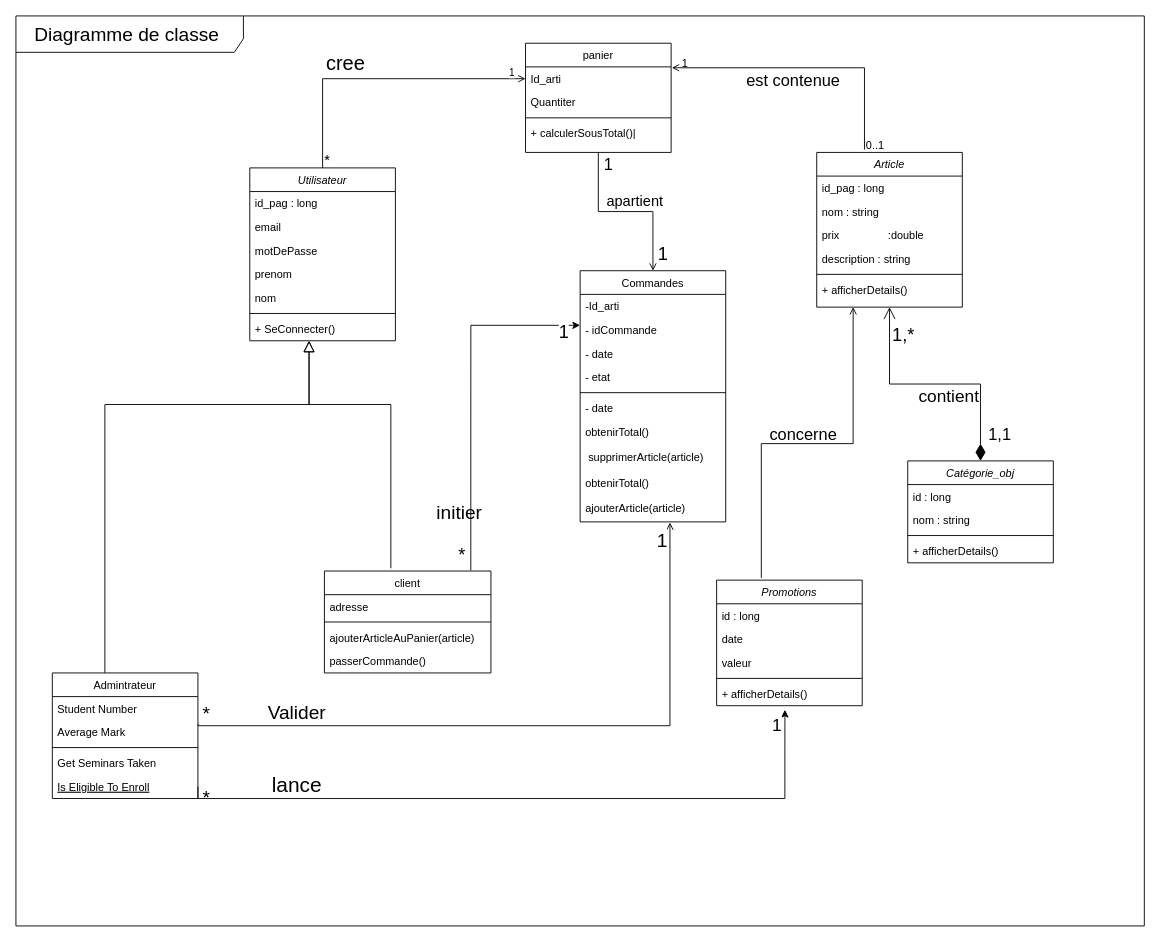
Meshavegas/Fadhyl-Store keeps this draw.io diagram as res/Untitled Diagram.drawio. Above is the earlier version. Source tidied: cells renumbered, new cells numbered last; positions are measured from the earlier drawing's top-left corner, leaving out a move shared by most shapes. Both pictures are drawn from the tidied source at 91%, with x=0, y=0 at pixel (15, -56).
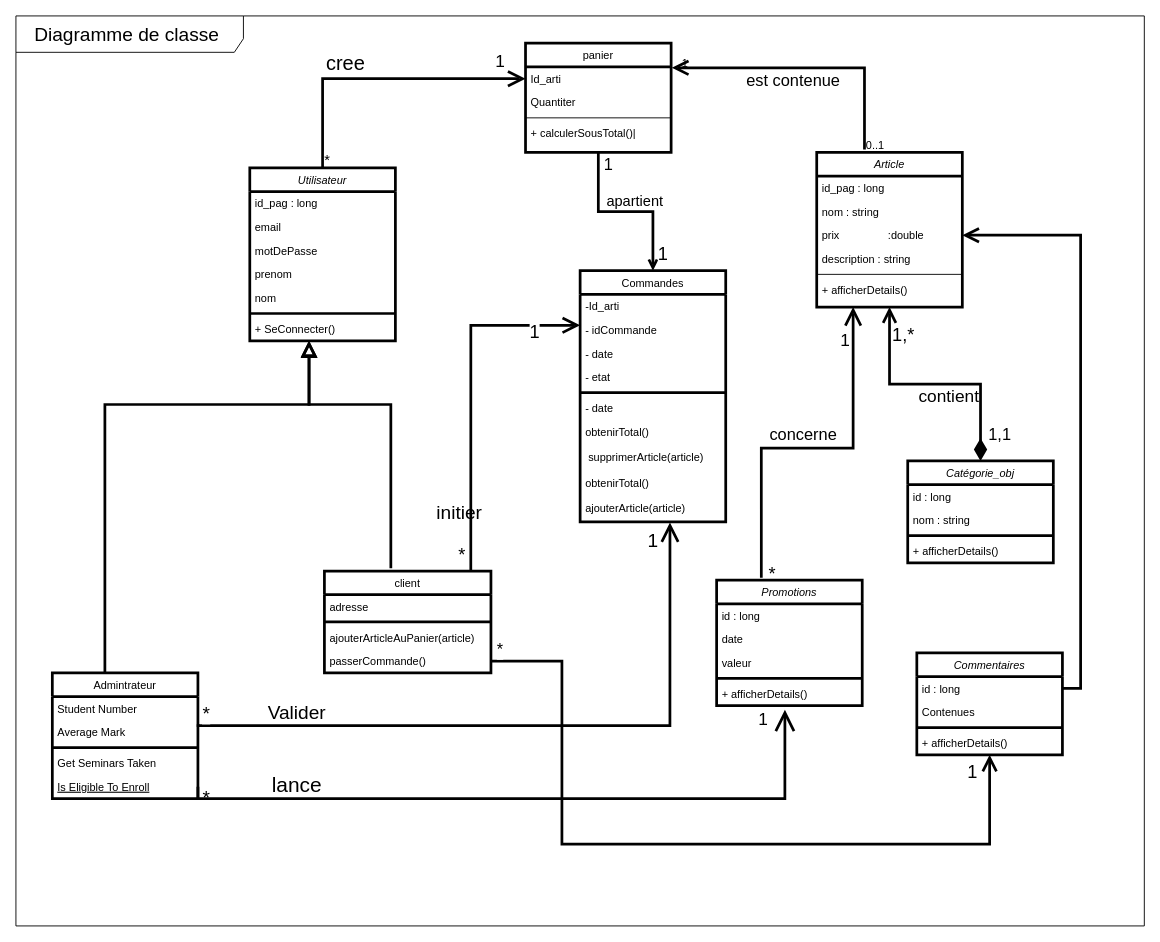
The same page after the edit.

The change refers to these unchanged cells:
```xml
<mxCell id="6" value="prix                :double" style="text;align=left;verticalAlign=top;spacingLeft=4;spacingRight=4;overflow=hidden;points=[[0,0.5],[1,0.5]];portConstraint=eastwest;rounded=0;shadow=0;html=0;" parent="3" vertex="1">
  <mxGeometry y="78" width="160" height="26" as="geometry" />
</mxCell>
<mxCell id="12" value="Average Mark" style="text;align=left;verticalAlign=top;spacingLeft=4;spacingRight=4;overflow=hidden;points=[[0,0.5],[1,0.5]];portConstraint=eastwest;rounded=0;shadow=0;html=0;" parent="10" vertex="1">
  <mxGeometry y="52" width="160" height="26" as="geometry" />
</mxCell>
<mxCell id="15" value="Is Eligible To Enroll" style="text;align=left;verticalAlign=top;spacingLeft=4;spacingRight=4;overflow=hidden;points=[[0,0.5],[1,0.5]];portConstraint=eastwest;fontStyle=4;" parent="10" vertex="1">
  <mxGeometry y="112" width="160" height="26" as="geometry" />
</mxCell>
<mxCell id="21" value="passerCommande()" style="text;align=left;verticalAlign=top;spacingLeft=4;spacingRight=4;overflow=hidden;points=[[0,0.5],[1,0.5]];portConstraint=eastwest;" parent="17" vertex="1">
  <mxGeometry y="86" width="183" height="26" as="geometry" />
</mxCell>
<mxCell id="27" value="Id_arti" style="text;align=left;verticalAlign=top;spacingLeft=4;spacingRight=4;overflow=hidden;points=[[0,0.5],[1,0.5]];portConstraint=eastwest;" parent="26" vertex="1">
  <mxGeometry y="26" width="160" height="26" as="geometry" />
</mxCell>
<mxCell id="45" value="ajouterArticle(article)" style="text;align=left;verticalAlign=top;spacingLeft=4;spacingRight=4;overflow=hidden;points=[[0,0.5],[1,0.5]];portConstraint=eastwest;" parent="35" vertex="1">
  <mxGeometry y="248" width="160" height="28" as="geometry" />
</mxCell>
<mxCell id="82" value="+ afficherDetails()" style="text;align=left;verticalAlign=top;spacingLeft=4;spacingRight=4;overflow=hidden;points=[[0,0.5],[1,0.5]];portConstraint=eastwest;" parent="77" vertex="1">
  <mxGeometry y="112" width="160" height="26" as="geometry" />
</mxCell>
```

Change to the diagram source:
```diff
@@
-    <mxCell id="2" style="edgeStyle=orthogonalEdgeStyle;rounded=0;jettySize=auto;html=1;exitX=0.25;exitY=1;exitDx=0;exitDy=0;entryX=0.307;entryY=-0.018;entryDx=0;entryDy=0;entryPerimeter=0;startArrow=open;startFill=0;endArrow=none;endFill=0;" parent="1" edge="1" source="3" target="77">
+    <mxCell id="2" style="edgeStyle=orthogonalEdgeStyle;rounded=0;jettySize=auto;html=1;exitX=0.25;exitY=1;exitDx=0;exitDy=0;entryX=0.307;entryY=-0.018;entryDx=0;entryDy=0;entryPerimeter=0;startArrow=open;startFill=0;endArrow=none;endFill=0;strokeWidth=3;endSize=14;sourcePerimeterSpacing=14;targetPerimeterSpacing=13;startSize=14;" parent="1" edge="1" source="3" target="77">
       <mxGeometry relative="1" as="geometry" />
     </mxCell>
+    <mxCell id="88" value="&lt;font style=&quot;font-size: 19px;&quot;&gt;1&lt;/font&gt;" style="edgeLabel;html=1;align=center;verticalAlign=middle;" parent="2" vertex="1">
+      <mxGeometry x="-0.86" y="1" relative="1" as="geometry">
+        <mxPoint x="-11" y="8" as="offset" />
+      </mxGeometry>
+    </mxCell>
+    <mxCell id="89" value="&lt;font style=&quot;font-size: 20px;&quot;&gt;*&lt;/font&gt;" style="edgeLabel;html=1;align=center;verticalAlign=middle;" parent="2" vertex="1">
+      <mxGeometry x="0.97" y="2" relative="1" as="geometry">
+        <mxPoint x="9" as="offset" />
+      </mxGeometry>
+    </mxCell>
-    <mxCell id="3" value="Article" style="swimlane;fontStyle=2;align=center;verticalAlign=top;horizontal=1;startSize=26;rounded=0;shadow=0;strokeWidth=1;" parent="1" vertex="1">
+    <mxCell id="3" value="Article" style="swimlane;fontStyle=2;align=center;verticalAlign=top;horizontal=1;startSize=26;rounded=0;shadow=0;strokeWidth=3;" parent="1" vertex="1">
       <mxGeometry x="880" y="228" width="160" height="170" as="geometry" />
     </mxCell>
@@
-    <mxCell id="9" value="+ afficherDetails()" style="text;align=left;verticalAlign=top;spacingLeft=4;spacingRight=4;overflow=hidden;" parent="3" vertex="1">
+    <mxCell id="9" value="+ afficherDetails()" style="text;align=left;verticalAlign=top;spacingLeft=4;spacingRight=4;overflow=hidden;strokeWidth=3;" parent="3" vertex="1">
       <mxGeometry y="138" width="160" height="26" as="geometry" />
     </mxCell>
-    <mxCell id="10" value="Admintrateur" style="swimlane;fontStyle=0;align=center;verticalAlign=top;horizontal=1;startSize=26;rounded=0;shadow=0;strokeWidth=1;" parent="1" vertex="1">
+    <mxCell id="10" value="Admintrateur" style="swimlane;fontStyle=0;align=center;verticalAlign=top;horizontal=1;startSize=26;rounded=0;shadow=0;strokeWidth=3;" parent="1" vertex="1">
       <mxGeometry x="40" y="800" width="160" height="138" as="geometry" />
     </mxCell>
@@
-    <mxCell id="13" style="line;html=1;strokeWidth=1;align=left;verticalAlign=middle;spacingTop=-1;spacingLeft=3;spacingRight=3;labelPosition=right;" parent="10" vertex="1">
+    <mxCell id="13" style="line;html=1;strokeWidth=3;align=left;verticalAlign=middle;spacingTop=-1;spacingLeft=3;spacingRight=3;labelPosition=right;" parent="10" vertex="1">
       <mxGeometry y="78" width="160" height="8" as="geometry" />
     </mxCell>
@@
-    <mxCell id="16" style="endArrow=block;endSize=10;endFill=0;shadow=0;strokeWidth=1;rounded=0;edgeStyle=elbowEdgeStyle;elbow=vertical;exitX=0.361;exitY=-0.001;exitDx=0;exitDy=0;exitPerimeter=0;" parent="1" edge="1" source="10">
+    <mxCell id="16" style="endArrow=block;endSize=11;endFill=0;shadow=0;strokeWidth=3;rounded=0;edgeStyle=elbowEdgeStyle;elbow=vertical;exitX=0.361;exitY=-0.001;exitDx=0;exitDy=0;exitPerimeter=0;" parent="1" edge="1" source="10">
       <mxGeometry relative="1" as="geometry">
         <mxPoint x="322.2" y="435" as="targetPoint" />
         <Array as="points">
           <mxPoint x="262.2" y="505" />
         </Array>
       </mxGeometry>
     </mxCell>
-    <mxCell id="17" value="client" style="swimlane;fontStyle=0;align=center;verticalAlign=top;horizontal=1;startSize=26;rounded=0;shadow=0;strokeWidth=1;" parent="1" vertex="1">
+    <mxCell id="17" value="client" style="swimlane;fontStyle=0;align=center;verticalAlign=top;horizontal=1;startSize=26;rounded=0;shadow=0;strokeWidth=3;" parent="1" vertex="1">
       <mxGeometry x="339" y="688" width="183" height="112" as="geometry" />
     </mxCell>
@@
-    <mxCell id="19" style="line;html=1;strokeWidth=1;align=left;verticalAlign=middle;spacingTop=-1;spacingLeft=3;spacingRight=3;labelPosition=right;" parent="17" vertex="1">
+    <mxCell id="19" style="line;html=1;strokeWidth=3;align=left;verticalAlign=middle;spacingTop=-1;spacingLeft=3;spacingRight=3;labelPosition=right;" parent="17" vertex="1">
       <mxGeometry y="52" width="183" height="8" as="geometry" />
     </mxCell>
@@
-    <mxCell id="22" style="endArrow=block;endSize=10;endFill=0;shadow=0;strokeWidth=1;rounded=0;edgeStyle=elbowEdgeStyle;elbow=vertical;" parent="1" edge="1">
+    <mxCell id="22" style="endArrow=block;endSize=10;endFill=0;shadow=0;strokeWidth=3;rounded=0;edgeStyle=elbowEdgeStyle;elbow=vertical;" parent="1" edge="1">
       <mxGeometry relative="1" as="geometry">
         <mxPoint x="412" y="685" as="sourcePoint" />
         <mxPoint x="322" y="435" as="targetPoint" />
         <Array as="points">
           <mxPoint x="412" y="505" />
         </Array>
       </mxGeometry>
     </mxCell>
-    <mxCell id="23" style="edgeStyle=orthogonalEdgeStyle;rounded=0;jettySize=auto;html=1;exitX=0.5;exitY=1;exitDx=0;exitDy=0;entryX=0.5;entryY=0;entryDx=0;entryDy=0;endArrow=open;endFill=0;" parent="1" edge="1" source="26" target="35">
+    <mxCell id="23" style="edgeStyle=orthogonalEdgeStyle;rounded=0;jettySize=auto;html=1;exitX=0.5;exitY=1;exitDx=0;exitDy=0;entryX=0.5;entryY=0;entryDx=0;entryDy=0;endArrow=open;endFill=0;strokeWidth=3;" parent="1" edge="1" source="26" target="35">
       <mxGeometry relative="1" as="geometry" />
     </mxCell>
@@
-    <mxCell id="26" value="panier" style="swimlane;fontStyle=0;align=center;verticalAlign=top;horizontal=1;startSize=26;rounded=0;shadow=0;strokeWidth=1;" parent="1" vertex="1">
+    <mxCell id="26" value="panier" style="swimlane;fontStyle=0;align=center;verticalAlign=top;horizontal=1;startSize=26;rounded=0;shadow=0;strokeWidth=3;" parent="1" vertex="1">
       <mxGeometry x="560" y="108" width="160" height="120" as="geometry" />
     </mxCell>
@@
-    <mxCell id="31" style="endArrow=open;shadow=0;strokeWidth=1;rounded=0;endFill=1;edgeStyle=elbowEdgeStyle;elbow=vertical;entryX=1.005;entryY=0.007;entryDx=0;entryDy=0;entryPerimeter=0;exitX=0.328;exitY=-0.019;exitDx=0;exitDy=0;exitPerimeter=0;" parent="1" edge="1" source="3" target="27">
+    <mxCell id="31" style="endArrow=open;shadow=0;strokeWidth=3;rounded=0;endFill=1;edgeStyle=elbowEdgeStyle;elbow=vertical;entryX=1.005;entryY=0.007;entryDx=0;entryDy=0;entryPerimeter=0;exitX=0.328;exitY=-0.019;exitDx=0;exitDy=0;exitPerimeter=0;endSize=12;" parent="1" edge="1" source="3" target="27">
       <mxGeometry x="0.5" y="41" relative="1" as="geometry">
         <Array as="points">
           <mxPoint x="982.1" y="135" />
           <mxPoint x="682.1" y="45" />
           <mxPoint x="922.1" />
         </Array>
         <mxPoint x="-40" y="32" as="offset" />
       </mxGeometry>
     </mxCell>
@@
-    <mxCell id="35" value="Commandes" style="swimlane;fontStyle=0;align=center;verticalAlign=top;horizontal=1;startSize=26;rounded=0;shadow=0;strokeWidth=1;" parent="1" vertex="1">
+    <mxCell id="35" value="Commandes" style="swimlane;fontStyle=0;align=center;verticalAlign=top;horizontal=1;startSize=26;rounded=0;shadow=0;strokeWidth=3;" parent="1" vertex="1">
       <mxGeometry x="620" y="358" width="160" height="276" as="geometry" />
     </mxCell>
@@
-    <mxCell id="40" style="line;html=1;strokeWidth=1;align=left;verticalAlign=middle;spacingTop=-1;spacingLeft=3;spacingRight=3;labelPosition=right;" parent="35" vertex="1">
+    <mxCell id="40" style="line;html=1;strokeWidth=3;align=left;verticalAlign=middle;spacingTop=-1;spacingLeft=3;spacingRight=3;labelPosition=right;" parent="35" vertex="1">
       <mxGeometry y="130" width="160" height="8" as="geometry" />
     </mxCell>
@@
-    <mxCell id="46" style="edgeStyle=orthogonalEdgeStyle;rounded=0;jettySize=auto;html=1;exitX=0.5;exitY=0;exitDx=0;exitDy=0;entryX=0;entryY=0.5;entryDx=0;entryDy=0;endArrow=open;endFill=0;" parent="1" edge="1" source="50" target="27">
+    <mxCell id="46" style="edgeStyle=orthogonalEdgeStyle;rounded=0;jettySize=auto;html=1;exitX=0.5;exitY=0;exitDx=0;exitDy=0;entryX=0;entryY=0.5;entryDx=0;entryDy=0;endArrow=open;endFill=0;strokeWidth=3;endSize=13;" parent="1" edge="1" source="50" target="27">
       <mxGeometry relative="1" as="geometry" />
     </mxCell>
@@
-    <mxCell id="48" value="1" style="edgeLabel;html=1;align=center;verticalAlign=middle;" parent="46" vertex="1">
+    <mxCell id="48" value="&lt;font style=&quot;font-size: 19px;&quot;&gt;1&lt;/font&gt;" style="edgeLabel;html=1;align=center;verticalAlign=middle;" parent="46" vertex="1">
       <mxGeometry x="0.87" relative="1" as="geometry">
-        <mxPoint x="5" y="-8" as="offset" />
+        <mxPoint x="-8" y="-19" as="offset" />
       </mxGeometry>
     </mxCell>
@@
-    <mxCell id="50" value="Utilisateur" style="swimlane;fontStyle=2;align=center;verticalAlign=top;horizontal=1;startSize=26;rounded=0;shadow=0;strokeWidth=1;" parent="1" vertex="1">
+    <mxCell id="50" value="Utilisateur" style="swimlane;fontStyle=2;align=center;verticalAlign=top;horizontal=1;startSize=26;rounded=0;shadow=0;strokeWidth=3;" parent="1" vertex="1">
       <mxGeometry x="257" y="245" width="160" height="190" as="geometry" />
     </mxCell>
@@
-    <mxCell id="56" style="line;html=1;strokeWidth=1;align=left;verticalAlign=middle;spacingTop=-1;spacingLeft=3;spacingRight=3;labelPosition=right;" parent="50" vertex="1">
+    <mxCell id="56" style="line;html=1;strokeWidth=3;align=left;verticalAlign=middle;spacingTop=-1;spacingLeft=3;spacingRight=3;labelPosition=right;" parent="50" vertex="1">
       <mxGeometry y="156" width="160" height="8" as="geometry" />
     </mxCell>
@@
-    <mxCell id="58" style="edgeStyle=orthogonalEdgeStyle;rounded=0;jettySize=auto;html=1;exitX=0.879;exitY=-0.005;exitDx=0;exitDy=0;exitPerimeter=0;" parent="1" edge="1" source="17" target="35">
+    <mxCell id="58" style="edgeStyle=orthogonalEdgeStyle;rounded=0;jettySize=auto;html=1;exitX=0.879;exitY=-0.005;exitDx=0;exitDy=0;exitPerimeter=0;strokeWidth=3;endSize=13;endArrow=open;endFill=0;" parent="1" edge="1" source="17" target="35">
       <mxGeometry relative="1" as="geometry">
         <Array as="points">
           <mxPoint x="500" y="418" />
         </Array>
       </mxGeometry>
     </mxCell>
@@
     <mxCell id="60" value="&lt;font style=&quot;font-size: 20px;&quot;&gt;1&lt;/font&gt;" style="edgeLabel;html=1;align=center;verticalAlign=middle;" parent="58" vertex="1">
       <mxGeometry x="-0.89" y="-1" relative="1" as="geometry">
-        <mxPoint x="101" y="-243" as="offset" />
+        <mxPoint x="69" y="-243" as="offset" />
       </mxGeometry>
     </mxCell>
@@
-    <mxCell id="62" style="edgeStyle=orthogonalEdgeStyle;rounded=0;jettySize=auto;html=1;exitX=1.001;exitY=0.164;exitDx=0;exitDy=0;entryX=0.617;entryY=1.023;entryDx=0;entryDy=0;entryPerimeter=0;endArrow=open;endFill=0;exitPerimeter=0;" parent="1" edge="1" source="12" target="45">
+    <mxCell id="62" style="edgeStyle=orthogonalEdgeStyle;rounded=0;jettySize=auto;html=1;exitX=1.001;exitY=0.164;exitDx=0;exitDy=0;entryX=0.617;entryY=1.023;entryDx=0;entryDy=0;entryPerimeter=0;endArrow=open;endFill=0;exitPerimeter=0;strokeWidth=3;endSize=15;" parent="1" edge="1" source="12" target="45">
       <mxGeometry relative="1" as="geometry">
         <Array as="points">
           <mxPoint x="200" y="858" />
           <mxPoint x="719" y="858" />
         </Array>
       </mxGeometry>
     </mxCell>
@@
     <mxCell id="64" value="&lt;font style=&quot;font-size: 21px;&quot;&gt;1&lt;/font&gt;" style="edgeLabel;html=1;align=center;verticalAlign=middle;" parent="62" vertex="1">
       <mxGeometry x="0.95" y="-1" relative="1" as="geometry">
-        <mxPoint x="-10" as="offset" />
+        <mxPoint x="-20" as="offset" />
       </mxGeometry>
     </mxCell>
@@
-    <mxCell id="68" style="edgeStyle=orthogonalEdgeStyle;rounded=0;jettySize=auto;html=1;exitX=0.5;exitY=0;exitDx=0;exitDy=0;entryX=0.5;entryY=1;entryDx=0;entryDy=0;startArrow=diamondThin;startFill=1;targetPerimeterSpacing=8;sourcePerimeterSpacing=4;endSize=11;startSize=16;endArrow=open;endFill=0;" parent="1" edge="1" source="70" target="3">
+    <mxCell id="68" style="edgeStyle=orthogonalEdgeStyle;rounded=0;jettySize=auto;html=1;exitX=0.5;exitY=0;exitDx=0;exitDy=0;entryX=0.5;entryY=1;entryDx=0;entryDy=0;startArrow=diamondThin;startFill=1;targetPerimeterSpacing=8;sourcePerimeterSpacing=4;endSize=11;startSize=16;endArrow=open;endFill=0;strokeWidth=3;" parent="1" edge="1" source="70" target="3">
       <mxGeometry relative="1" as="geometry" />
     </mxCell>
@@
-    <mxCell id="70" value="Catégorie_obj&#10;" style="swimlane;fontStyle=2;align=center;verticalAlign=top;horizontal=1;startSize=26;rounded=0;shadow=0;strokeWidth=1;" parent="1" vertex="1">
+    <mxCell id="70" value="Catégorie_obj&#10;" style="swimlane;fontStyle=2;align=center;verticalAlign=top;horizontal=1;startSize=26;rounded=0;shadow=0;strokeWidth=3;" parent="1" vertex="1">
       <mxGeometry x="980" y="567" width="160" height="112" as="geometry" />
     </mxCell>
-    <mxCell id="71" value="id : long" style="text;align=left;verticalAlign=top;spacingLeft=4;spacingRight=4;overflow=hidden;" parent="70" vertex="1">
+    <mxCell id="71" value="id : long" style="text;align=left;verticalAlign=top;spacingLeft=4;spacingRight=4;overflow=hidden;strokeWidth=3;" parent="70" vertex="1">
       <mxGeometry y="26" width="160" height="26" as="geometry" />
     </mxCell>
@@
-    <mxCell id="73" style="line;html=1;strokeWidth=1;align=left;verticalAlign=middle;spacingTop=-1;spacingLeft=3;spacingRight=3;labelPosition=right;" parent="70" vertex="1">
+    <mxCell id="73" style="line;html=1;strokeWidth=3;align=left;verticalAlign=middle;spacingTop=-1;spacingLeft=3;spacingRight=3;labelPosition=right;" parent="70" vertex="1">
       <mxGeometry y="78" width="160" height="8" as="geometry" />
     </mxCell>
-    <mxCell id="74" value="+ afficherDetails()" style="text;align=left;verticalAlign=top;spacingLeft=4;spacingRight=4;overflow=hidden;" parent="70" vertex="1">
+    <mxCell id="74" value="+ afficherDetails()" style="text;align=left;verticalAlign=top;spacingLeft=4;spacingRight=4;overflow=hidden;strokeWidth=3;" parent="70" vertex="1">
       <mxGeometry y="86" width="160" height="26" as="geometry" />
     </mxCell>
@@
-    <mxCell id="77" value="Promotions" style="swimlane;fontStyle=2;align=center;verticalAlign=top;horizontal=1;startSize=26;rounded=0;shadow=0;strokeWidth=1;" parent="1" vertex="1">
+    <mxCell id="77" value="Promotions" style="swimlane;fontStyle=2;align=center;verticalAlign=top;horizontal=1;startSize=26;rounded=0;shadow=0;strokeWidth=3;" parent="1" vertex="1">
       <mxGeometry x="770" y="698" width="160" height="138" as="geometry" />
     </mxCell>
@@
-    <mxCell id="81" style="line;html=1;strokeWidth=1;align=left;verticalAlign=middle;spacingTop=-1;spacingLeft=3;spacingRight=3;labelPosition=right;" parent="77" vertex="1">
+    <mxCell id="81" style="line;html=1;strokeWidth=3;align=left;verticalAlign=middle;spacingTop=-1;spacingLeft=3;spacingRight=3;labelPosition=right;" parent="77" vertex="1">
       <mxGeometry y="104" width="160" height="8" as="geometry" />
     </mxCell>
@@
-    <mxCell id="84" style="edgeStyle=orthogonalEdgeStyle;rounded=0;jettySize=auto;html=1;exitX=1;exitY=0.5;exitDx=0;exitDy=0;entryX=0.469;entryY=1.173;entryDx=0;entryDy=0;entryPerimeter=0;" parent="1" edge="1" source="15" target="82">
+    <mxCell id="84" style="edgeStyle=orthogonalEdgeStyle;rounded=0;jettySize=auto;html=1;exitX=1;exitY=0.5;exitDx=0;exitDy=0;entryX=0.469;entryY=1.173;entryDx=0;entryDy=0;entryPerimeter=0;strokeWidth=3;endArrow=open;endFill=0;endSize=17;" parent="1" edge="1" source="15" target="82">
       <mxGeometry relative="1" as="geometry">
         <Array as="points">
           <mxPoint x="200" y="938" />
           <mxPoint x="845" y="938" />
         </Array>
       </mxGeometry>
     </mxCell>
     <mxCell id="85" value="&lt;font style=&quot;font-size: 19px;&quot;&gt;1&lt;/font&gt;" style="edgeLabel;html=1;align=center;verticalAlign=middle;" parent="84" vertex="1">
       <mxGeometry x="0.95" y="-1" relative="1" as="geometry">
-        <mxPoint x="-11" y="-2" as="offset" />
+        <mxPoint x="-26" y="-8" as="offset" />
       </mxGeometry>
     </mxCell>
@@
+    <mxCell id="90" value="Commentaires" style="swimlane;fontStyle=2;align=center;verticalAlign=top;horizontal=1;startSize=26;rounded=0;shadow=0;strokeWidth=3;" parent="1" vertex="1">
+      <mxGeometry x="990" y="778" width="160" height="112" as="geometry" />
+    </mxCell>
+    <mxCell id="91" value="id : long" style="text;align=left;verticalAlign=top;spacingLeft=4;spacingRight=4;overflow=hidden;points=[[0,0.5],[1,0.5]];portConstraint=eastwest;" parent="90" vertex="1">
+      <mxGeometry y="26" width="160" height="26" as="geometry" />
+    </mxCell>
+    <mxCell id="92" value="Contenues" style="text;align=left;verticalAlign=top;spacingLeft=4;spacingRight=4;overflow=hidden;" parent="90" vertex="1">
+      <mxGeometry y="52" width="160" height="26" as="geometry" />
+    </mxCell>
+    <mxCell id="93" style="line;html=1;strokeWidth=3;align=left;verticalAlign=middle;spacingTop=-1;spacingLeft=3;spacingRight=3;labelPosition=right;" parent="90" vertex="1">
+      <mxGeometry y="78" width="160" height="8" as="geometry" />
+    </mxCell>
+    <mxCell id="94" value="+ afficherDetails()" style="text;align=left;verticalAlign=top;spacingLeft=4;spacingRight=4;overflow=hidden;points=[[0,0.5],[1,0.5]];portConstraint=eastwest;strokeWidth=3;" parent="90" vertex="1">
+      <mxGeometry y="86" width="160" height="26" as="geometry" />
+    </mxCell>
+    <mxCell id="95" style="edgeStyle=orthogonalEdgeStyle;rounded=0;jettySize=auto;html=1;exitX=1;exitY=0.5;exitDx=0;exitDy=0;endArrow=open;endFill=0;strokeWidth=3;endSize=12;" parent="1" edge="1" source="91" target="6">
+      <mxGeometry relative="1" as="geometry" />
+    </mxCell>
+    <mxCell id="96" style="edgeStyle=orthogonalEdgeStyle;rounded=0;jettySize=auto;html=1;exitX=1;exitY=0.5;exitDx=0;exitDy=0;entryX=0.5;entryY=0.997;entryDx=0;entryDy=0;entryPerimeter=0;strokeWidth=3;endArrow=open;endFill=0;endSize=12;" parent="1" edge="1" source="21" target="94">
+      <mxGeometry relative="1" as="geometry">
+        <Array as="points">
+          <mxPoint x="600" y="787" />
+          <mxPoint x="600" y="988" />
+          <mxPoint x="1070" y="988" />
+        </Array>
+      </mxGeometry>
+    </mxCell>
+    <mxCell id="97" value="&lt;font style=&quot;font-size: 18px;&quot;&gt;*&lt;/font&gt;" style="edgeLabel;html=1;align=center;verticalAlign=middle;" parent="96" vertex="1">
+      <mxGeometry x="-0.95" y="1" relative="1" as="geometry">
+        <mxPoint x="-12" y="-12" as="offset" />
+      </mxGeometry>
+    </mxCell>
+    <mxCell id="98" value="&lt;font style=&quot;font-size: 20px;&quot;&gt;1&lt;/font&gt;" style="edgeLabel;html=1;align=center;verticalAlign=middle;" parent="96" vertex="1">
+      <mxGeometry x="0.96" y="4" relative="1" as="geometry">
+        <mxPoint x="-16" as="offset" />
+      </mxGeometry>
+    </mxCell>
```
